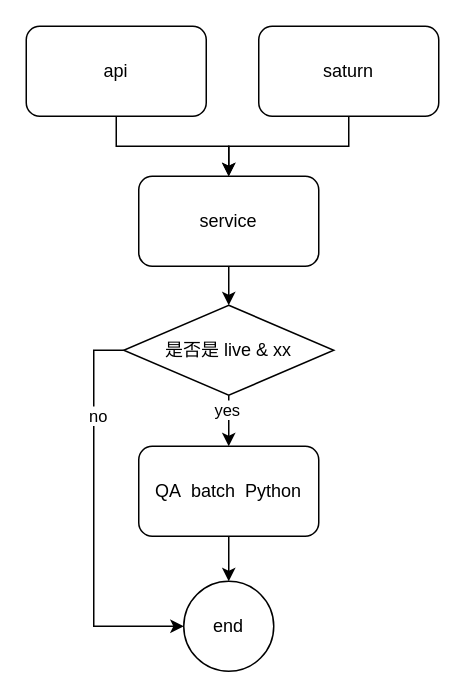
Earlier version of the draw.io diagram QA-batch-py.drawio (yindongjun/drawio-2). Source tidied: cells renumbered, new cells numbered last; positions are measured from the earlier drawing's top-left corner, leaving out a move shared by most shapes. Both pictures are drawn from the tidied source at 150%, with x=0, y=0 at pixel (26, 26).
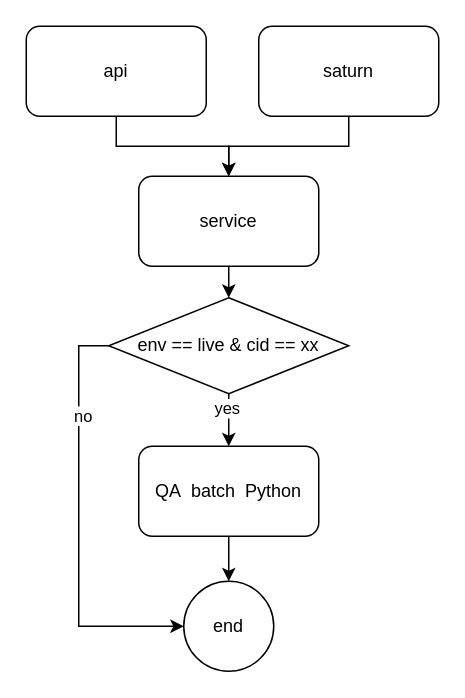
The same diagram, later.

Change to the diagram source:
```diff
@@
 <mxGraphModel>
   <root>
     <mxCell id="0" />
     <mxCell id="1" parent="0" />
     <mxCell id="2" style="edgeStyle=orthogonalEdgeStyle;rounded=0;jettySize=auto;html=1;exitX=0.5;exitY=1;exitDx=0;exitDy=0;entryX=0.5;entryY=0;entryDx=0;entryDy=0;" parent="1" edge="1" source="3" target="7">
       <mxGeometry relative="1" as="geometry" />
     </mxCell>
     <mxCell id="3" value="api" style="rounded=1;whiteSpace=wrap;html=1;" parent="1" vertex="1">
       <mxGeometry width="120" height="60" as="geometry" />
     </mxCell>
     <mxCell id="4" style="edgeStyle=orthogonalEdgeStyle;rounded=0;jettySize=auto;html=1;entryX=0.5;entryY=0;entryDx=0;entryDy=0;" parent="1" edge="1" source="5" target="7">
       <mxGeometry relative="1" as="geometry" />
     </mxCell>
     <mxCell id="5" value="saturn" style="rounded=1;whiteSpace=wrap;html=1;" parent="1" vertex="1">
       <mxGeometry x="155" width="120" height="60" as="geometry" />
     </mxCell>
     <mxCell id="6" style="edgeStyle=orthogonalEdgeStyle;rounded=0;jettySize=auto;html=1;exitX=0.5;exitY=1;exitDx=0;exitDy=0;entryX=0.5;entryY=0;entryDx=0;entryDy=0;" parent="1" edge="1" source="7" target="12">
       <mxGeometry relative="1" as="geometry" />
     </mxCell>
     <mxCell id="7" value="service" style="rounded=1;whiteSpace=wrap;html=1;" parent="1" vertex="1">
       <mxGeometry x="75" y="100" width="120" height="60" as="geometry" />
     </mxCell>
     <mxCell id="8" style="edgeStyle=orthogonalEdgeStyle;rounded=0;jettySize=auto;html=1;exitX=0.5;exitY=1;exitDx=0;exitDy=0;" parent="1" edge="1" source="12" target="14">
       <mxGeometry relative="1" as="geometry" />
     </mxCell>
     <mxCell id="9" value="yes" style="edgeLabel;html=1;align=center;verticalAlign=middle;" parent="8" vertex="1">
       <mxGeometry x="-0.62" y="-2" relative="1" as="geometry" />
     </mxCell>
     <mxCell id="10" style="edgeStyle=orthogonalEdgeStyle;rounded=0;jettySize=auto;html=1;entryX=0;entryY=0.5;entryDx=0;entryDy=0;exitX=0;exitY=0.5;exitDx=0;exitDy=0;" parent="1" edge="1" source="12" target="15">
       <mxGeometry relative="1" as="geometry" />
     </mxCell>
     <mxCell id="11" value="no" style="edgeLabel;html=1;align=center;verticalAlign=middle;" parent="10" vertex="1">
       <mxGeometry x="-0.53" y="2" relative="1" as="geometry">
         <mxPoint y="1" as="offset" />
       </mxGeometry>
     </mxCell>
-    <mxCell id="12" value="是否是 live &amp;amp; xx" style="rhombus;whiteSpace=wrap;html=1;" parent="1" vertex="1">
-      <mxGeometry x="65" y="186" width="140" height="60" as="geometry" />
+    <mxCell id="12" value="env == live &amp;amp; cid == xx" style="rhombus;whiteSpace=wrap;html=1;" parent="1" vertex="1">
+      <mxGeometry x="55" y="181" width="160" height="64" as="geometry" />
     </mxCell>
     <mxCell id="13" style="edgeStyle=orthogonalEdgeStyle;rounded=0;jettySize=auto;html=1;exitX=0.5;exitY=1;exitDx=0;exitDy=0;entryX=0.5;entryY=0;entryDx=0;entryDy=0;" parent="1" edge="1" source="14" target="15">
       <mxGeometry relative="1" as="geometry" />
     </mxCell>
     <mxCell id="14" value="QA&amp;nbsp; batch&amp;nbsp; Python" style="rounded=1;whiteSpace=wrap;html=1;" parent="1" vertex="1">
       <mxGeometry x="75" y="280" width="120" height="60" as="geometry" />
     </mxCell>
     <mxCell id="15" value="end" style="ellipse;whiteSpace=wrap;html=1;" parent="1" vertex="1">
       <mxGeometry x="105" y="370" width="60" height="60" as="geometry" />
     </mxCell>
   </root>
 </mxGraphModel>
```
